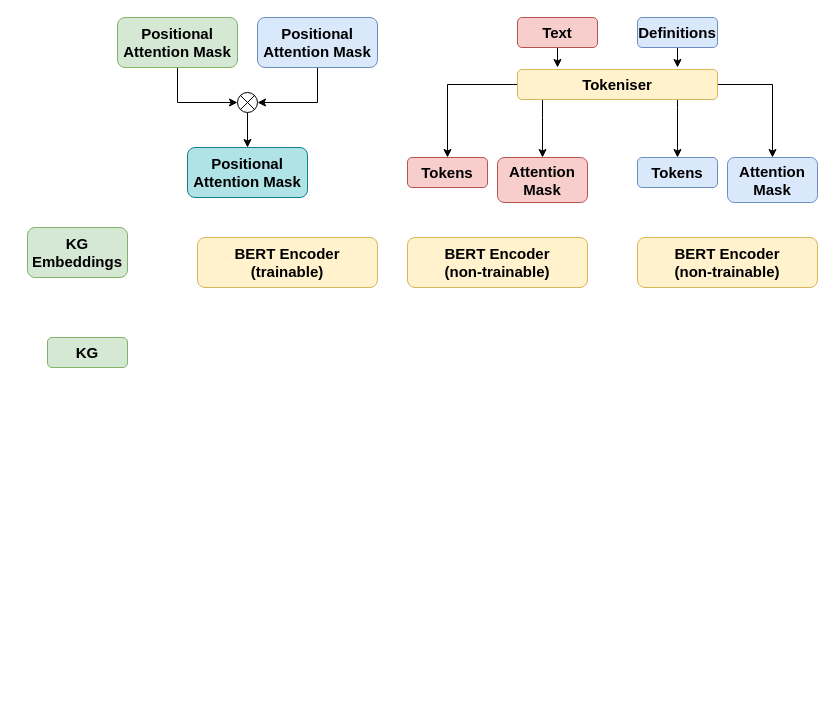
Above: model.drawio in yoviny/DrawIO (draw.io), before the change. Source tidied: cells renumbered, new cells numbered last; positions are measured from the earlier drawing's top-left corner, leaving out a move shared by most shapes. Both pictures are drawn from the tidied source at 100%, with x=0, y=0 at pixel (27, 17).
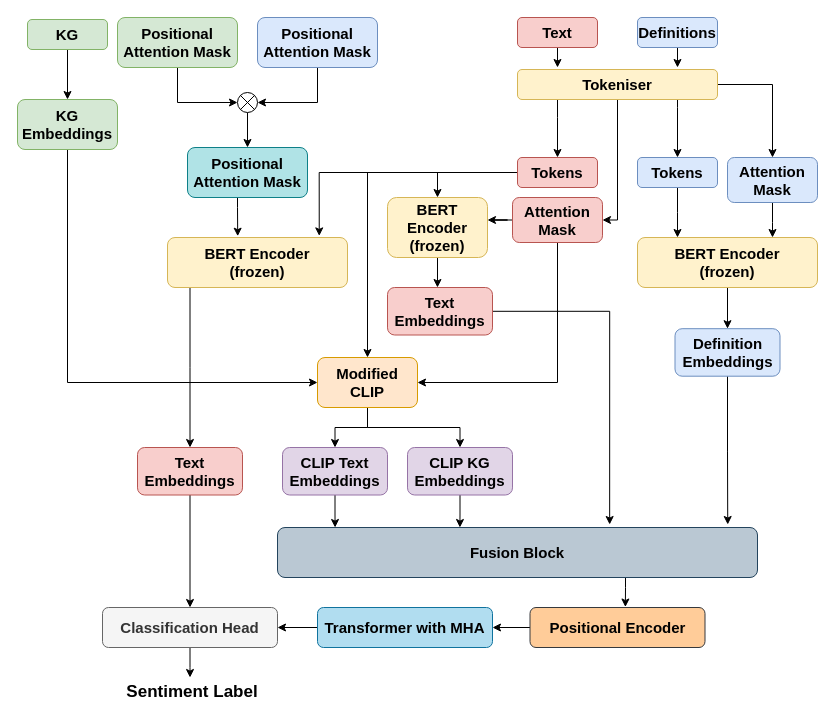
The same diagram, later.

Unchanged cells that the change refers to:
```xml
<mxCell id="6" value="&lt;b&gt;&lt;font style=&quot;font-size: 15px;&quot;&gt;Tokeniser&lt;/font&gt;&lt;/b&gt;" style="rounded=1;whiteSpace=wrap;html=1;fontSize=15;fillColor=#fff2cc;strokeColor=#d6b656;" parent="1" vertex="1">
  <mxGeometry x="490" y="52" width="200" height="30" as="geometry" />
</mxCell>
<mxCell id="14" value="&lt;b&gt;Attention&lt;br&gt;Mask&lt;/b&gt;" style="rounded=1;whiteSpace=wrap;html=1;fontSize=15;fillColor=#dae8fc;strokeColor=#6c8ebf;" parent="1" vertex="1">
  <mxGeometry x="700" y="140" width="90" height="45" as="geometry" />
</mxCell>
<mxCell id="15" value="&lt;b&gt;Tokens&lt;/b&gt;" style="rounded=1;whiteSpace=wrap;html=1;fontSize=15;fillColor=#dae8fc;strokeColor=#6c8ebf;" parent="1" vertex="1">
  <mxGeometry x="610" y="140" width="80" height="30" as="geometry" />
</mxCell>
<mxCell id="24" value="&lt;b&gt;&lt;font style=&quot;font-size: 15px;&quot;&gt;Positional Attention Mask&lt;/font&gt;&lt;/b&gt;" style="rounded=1;whiteSpace=wrap;html=1;fontSize=15;fillColor=#b0e3e6;strokeColor=#0e8088;" parent="1" vertex="1">
  <mxGeometry x="160" y="130" width="120" height="50" as="geometry" />
</mxCell>
```

Change to the diagram source:
```diff
@@
+    <mxCell id="5" style="edgeStyle=orthogonalEdgeStyle;rounded=0;jettySize=auto;html=1;entryX=0.5;entryY=0;entryDx=0;entryDy=0;fontSize=15;" parent="1" edge="1" source="6" target="13">
+      <mxGeometry relative="1" as="geometry">
+        <Array as="points">
+          <mxPoint x="530" y="100" />
+          <mxPoint x="530" y="100" />
+        </Array>
+      </mxGeometry>
+    </mxCell>
-    <mxCell id="4" style="edgeStyle=orthogonalEdgeStyle;rounded=0;jettySize=auto;html=1;entryX=0.5;entryY=0;entryDx=0;entryDy=0;fontSize=15;" parent="1" edge="1" source="6" target="12">
+    <mxCell id="4" style="edgeStyle=orthogonalEdgeStyle;rounded=0;jettySize=auto;html=1;entryX=1;entryY=0.5;entryDx=0;entryDy=0;fontSize=15;" parent="1" edge="1" source="6" target="12">
       <mxGeometry relative="1" as="geometry">
         <Array as="points">
-          <mxPoint x="515" y="100" />
-          <mxPoint x="515" y="100" />
+          <mxPoint x="590" y="203" />
         </Array>
       </mxGeometry>
     </mxCell>
-    <mxCell id="5" style="edgeStyle=orthogonalEdgeStyle;rounded=0;jettySize=auto;html=1;entryX=0.5;entryY=0;entryDx=0;entryDy=0;fontSize=15;" parent="1" edge="1" source="6" target="13">
-      <mxGeometry relative="1" as="geometry" />
-    </mxCell>
@@
+    <mxCell id="27" style="edgeStyle=orthogonalEdgeStyle;rounded=0;jettySize=auto;html=1;entryX=0.5;entryY=0;entryDx=0;entryDy=0;fontSize=15;" parent="1" edge="1" source="11" target="21">
+      <mxGeometry relative="1" as="geometry" />
+    </mxCell>
     <mxCell id="11" value="&lt;b&gt;&lt;font style=&quot;font-size: 15px;&quot;&gt;KG&lt;/font&gt;&lt;/b&gt;" style="rounded=1;whiteSpace=wrap;html=1;fontSize=15;fillColor=#d5e8d4;strokeColor=#82b366;" parent="1" vertex="1">
-      <mxGeometry x="20" y="320" width="80" height="30" as="geometry" />
+      <mxGeometry y="2" width="80" height="30" as="geometry" />
     </mxCell>
+    <mxCell id="28" style="edgeStyle=orthogonalEdgeStyle;rounded=0;jettySize=auto;html=1;entryX=1;entryY=0.375;entryDx=0;entryDy=0;entryPerimeter=0;fontSize=15;" parent="1" edge="1" source="12" target="16">
+      <mxGeometry relative="1" as="geometry" />
+    </mxCell>
+    <mxCell id="29" style="edgeStyle=orthogonalEdgeStyle;rounded=0;jettySize=auto;html=1;entryX=1;entryY=0.5;entryDx=0;entryDy=0;fontSize=15;" parent="1" edge="1" source="12" target="41">
+      <mxGeometry relative="1" as="geometry">
+        <Array as="points">
+          <mxPoint x="530" y="365" />
+        </Array>
+      </mxGeometry>
+    </mxCell>
     <mxCell id="12" value="&lt;b&gt;Attention&lt;br&gt;Mask&lt;/b&gt;" style="rounded=1;whiteSpace=wrap;html=1;fontSize=15;fillColor=#f8cecc;strokeColor=#b85450;" parent="1" vertex="1">
-      <mxGeometry x="470" y="140" width="90" height="45" as="geometry" />
+      <mxGeometry x="485" y="180" width="90" height="45" as="geometry" />
     </mxCell>
+    <mxCell id="30" style="edgeStyle=orthogonalEdgeStyle;rounded=0;jettySize=auto;html=1;entryX=0.843;entryY=-0.032;entryDx=0;entryDy=0;entryPerimeter=0;fontSize=15;" parent="1" edge="1" source="13" target="26">
+      <mxGeometry relative="1" as="geometry" />
+    </mxCell>
+    <mxCell id="31" style="edgeStyle=orthogonalEdgeStyle;rounded=0;jettySize=auto;html=1;entryX=0.5;entryY=0;entryDx=0;entryDy=0;fontSize=15;" parent="1" edge="1" source="13" target="16">
+      <mxGeometry relative="1" as="geometry" />
+    </mxCell>
+    <mxCell id="32" style="edgeStyle=orthogonalEdgeStyle;rounded=0;jettySize=auto;html=1;fontSize=15;" parent="1" edge="1" source="13" target="41">
+      <mxGeometry relative="1" as="geometry" />
+    </mxCell>
     <mxCell id="13" value="&lt;b&gt;Tokens&lt;/b&gt;" style="rounded=1;whiteSpace=wrap;html=1;fontSize=15;fillColor=#f8cecc;strokeColor=#b85450;" parent="1" vertex="1">
-      <mxGeometry x="380" y="140" width="80" height="30" as="geometry" />
+      <mxGeometry x="490" y="140" width="80" height="30" as="geometry" />
     </mxCell>
+    <mxCell id="33" style="edgeStyle=orthogonalEdgeStyle;rounded=0;jettySize=auto;html=1;entryX=0.75;entryY=0;entryDx=0;entryDy=0;fontSize=15;" parent="1" edge="1" source="14">
+      <mxGeometry relative="1" as="geometry">
+        <mxPoint x="745" y="220" as="targetPoint" />
+      </mxGeometry>
+    </mxCell>
@@
+    <mxCell id="34" style="edgeStyle=orthogonalEdgeStyle;rounded=0;jettySize=auto;html=1;entryX=0.222;entryY=0;entryDx=0;entryDy=0;entryPerimeter=0;fontSize=15;" parent="1" edge="1" source="15">
+      <mxGeometry relative="1" as="geometry">
+        <mxPoint x="650" y="220" as="targetPoint" />
+      </mxGeometry>
+    </mxCell>
@@
+    <mxCell id="35" style="edgeStyle=orthogonalEdgeStyle;rounded=0;jettySize=auto;html=1;entryX=0.476;entryY=0;entryDx=0;entryDy=0;entryPerimeter=0;fontSize=15;" parent="1" edge="1" source="16" target="45">
+      <mxGeometry relative="1" as="geometry" />
+    </mxCell>
-    <mxCell id="16" value="&lt;b&gt;&lt;font style=&quot;font-size: 15px;&quot;&gt;BERT Encoder&lt;br&gt;(non-trainable)&lt;br&gt;&lt;/font&gt;&lt;/b&gt;" style="rounded=1;whiteSpace=wrap;html=1;fontSize=15;fillColor=#fff2cc;strokeColor=#d6b656;" parent="1" vertex="1">
-      <mxGeometry x="380" y="220" width="180" height="50" as="geometry" />
+    <mxCell id="16" value="&lt;b&gt;&lt;font style=&quot;font-size: 15px;&quot;&gt;BERT Encoder&lt;br&gt;(frozen)&lt;br&gt;&lt;/font&gt;&lt;/b&gt;" style="rounded=1;whiteSpace=wrap;html=1;fontSize=15;fillColor=#fff2cc;strokeColor=#d6b656;" parent="1" vertex="1">
+      <mxGeometry x="360" y="180" width="100" height="60" as="geometry" />
     </mxCell>
@@
+    <mxCell id="36" style="edgeStyle=orthogonalEdgeStyle;rounded=0;jettySize=auto;html=1;entryX=0;entryY=0.5;entryDx=0;entryDy=0;fontSize=15;" parent="1" edge="1" source="21" target="41">
+      <mxGeometry relative="1" as="geometry">
+        <Array as="points">
+          <mxPoint x="40" y="365" />
+        </Array>
+      </mxGeometry>
+    </mxCell>
     <mxCell id="21" value="&lt;b&gt;&lt;font style=&quot;font-size: 15px;&quot;&gt;KG&lt;br&gt;Embeddings&lt;br&gt;&lt;/font&gt;&lt;/b&gt;" style="rounded=1;whiteSpace=wrap;html=1;fontSize=15;fillColor=#d5e8d4;strokeColor=#82b366;" parent="1" vertex="1">
-      <mxGeometry y="210" width="100" height="50" as="geometry" />
+      <mxGeometry x="-10" y="82" width="100" height="50" as="geometry" />
     </mxCell>
@@
+    <mxCell id="37" style="edgeStyle=orthogonalEdgeStyle;rounded=0;jettySize=auto;html=1;entryX=0.39;entryY=-0.026;entryDx=0;entryDy=0;entryPerimeter=0;fontSize=15;" parent="1" edge="1" source="24" target="26">
+      <mxGeometry relative="1" as="geometry">
+        <Array as="points">
+          <mxPoint x="210" y="190" />
+          <mxPoint x="210" y="190" />
+        </Array>
+      </mxGeometry>
+    </mxCell>
@@
-    <mxCell id="25" value="&lt;b&gt;&lt;font style=&quot;font-size: 15px;&quot;&gt;BERT Encoder&lt;br&gt;(non-trainable)&lt;br&gt;&lt;/font&gt;&lt;/b&gt;" style="rounded=1;whiteSpace=wrap;html=1;fontSize=15;fillColor=#fff2cc;strokeColor=#d6b656;" parent="1" vertex="1">
-      <mxGeometry x="610" y="220" width="180" height="50" as="geometry" />
-    </mxCell>
+    <mxCell id="38" style="edgeStyle=orthogonalEdgeStyle;rounded=0;jettySize=auto;html=1;entryX=0.5;entryY=0;entryDx=0;entryDy=0;fontSize=15;" parent="1" edge="1" source="26" target="55">
+      <mxGeometry relative="1" as="geometry">
+        <Array as="points">
+          <mxPoint x="163" y="350" />
+        </Array>
+      </mxGeometry>
+    </mxCell>
-    <mxCell id="26" value="&lt;b&gt;&lt;font style=&quot;font-size: 15px;&quot;&gt;BERT Encoder&lt;br&gt;(trainable)&lt;br&gt;&lt;/font&gt;&lt;/b&gt;" style="rounded=1;whiteSpace=wrap;html=1;fontSize=15;fillColor=#fff2cc;strokeColor=#d6b656;" parent="1" vertex="1">
-      <mxGeometry x="170" y="220" width="180" height="50" as="geometry" />
+    <mxCell id="26" value="&lt;b&gt;&lt;font style=&quot;font-size: 15px;&quot;&gt;BERT Encoder&lt;br&gt;(frozen)&lt;br&gt;&lt;/font&gt;&lt;/b&gt;" style="rounded=1;whiteSpace=wrap;html=1;fontSize=15;fillColor=#fff2cc;strokeColor=#d6b656;" parent="1" vertex="1">
+      <mxGeometry x="140" y="220" width="180" height="50" as="geometry" />
     </mxCell>
+    <mxCell id="39" style="edgeStyle=orthogonalEdgeStyle;rounded=0;jettySize=auto;html=1;entryX=0.5;entryY=0;entryDx=0;entryDy=0;fontSize=15;" parent="1" edge="1" source="41" target="49">
+      <mxGeometry relative="1" as="geometry" />
+    </mxCell>
+    <mxCell id="40" style="edgeStyle=orthogonalEdgeStyle;rounded=0;jettySize=auto;html=1;entryX=0.5;entryY=0;entryDx=0;entryDy=0;fontSize=15;" parent="1" edge="1" source="41" target="51">
+      <mxGeometry relative="1" as="geometry" />
+    </mxCell>
+    <mxCell id="41" value="&lt;b&gt;&lt;font style=&quot;font-size: 15px;&quot;&gt;Modified CLIP&lt;br&gt;&lt;/font&gt;&lt;/b&gt;" style="rounded=1;whiteSpace=wrap;html=1;fontSize=15;fillColor=#ffe6cc;strokeColor=#d79b00;" parent="1" vertex="1">
+      <mxGeometry x="290" y="340" width="100" height="50" as="geometry" />
+    </mxCell>
+    <mxCell id="42" style="edgeStyle=orthogonalEdgeStyle;rounded=0;jettySize=auto;html=1;entryX=0.5;entryY=0;entryDx=0;entryDy=0;fontSize=15;" parent="1" edge="1" source="43" target="47">
+      <mxGeometry relative="1" as="geometry" />
+    </mxCell>
+    <mxCell id="43" value="&lt;b&gt;&lt;font style=&quot;font-size: 15px;&quot;&gt;BERT Encoder&lt;br&gt;(frozen)&lt;br&gt;&lt;/font&gt;&lt;/b&gt;" style="rounded=1;whiteSpace=wrap;html=1;fontSize=15;fillColor=#fff2cc;strokeColor=#d6b656;" parent="1" vertex="1">
+      <mxGeometry x="610" y="220" width="180" height="50" as="geometry" />
+    </mxCell>
+    <mxCell id="44" style="edgeStyle=orthogonalEdgeStyle;rounded=0;jettySize=auto;html=1;entryX=0.692;entryY=-0.06;entryDx=0;entryDy=0;entryPerimeter=0;fontSize=15;" parent="1" edge="1" source="45" target="53">
+      <mxGeometry relative="1" as="geometry">
+        <Array as="points">
+          <mxPoint x="582" y="294" />
+        </Array>
+      </mxGeometry>
+    </mxCell>
+    <mxCell id="45" value="&lt;b&gt;Text&lt;br&gt;Embeddings&lt;/b&gt;" style="rounded=1;whiteSpace=wrap;html=1;fontSize=15;fillColor=#f8cecc;strokeColor=#b85450;" parent="1" vertex="1">
+      <mxGeometry x="360" y="270" width="105" height="47.5" as="geometry" />
+    </mxCell>
+    <mxCell id="46" style="edgeStyle=orthogonalEdgeStyle;rounded=0;jettySize=auto;html=1;entryX=0.938;entryY=-0.06;entryDx=0;entryDy=0;entryPerimeter=0;fontSize=15;" parent="1" edge="1" source="47" target="53">
+      <mxGeometry relative="1" as="geometry" />
+    </mxCell>
+    <mxCell id="47" value="&lt;b&gt;Definition&lt;br&gt;Embeddings&lt;/b&gt;" style="rounded=1;whiteSpace=wrap;html=1;fontSize=15;fillColor=#dae8fc;strokeColor=#6c8ebf;" parent="1" vertex="1">
+      <mxGeometry x="647.5" y="311.2" width="105" height="47.5" as="geometry" />
+    </mxCell>
+    <mxCell id="48" style="edgeStyle=orthogonalEdgeStyle;rounded=0;jettySize=auto;html=1;entryX=0.12;entryY=0;entryDx=0;entryDy=0;entryPerimeter=0;fontSize=15;" parent="1" edge="1" source="49" target="53">
+      <mxGeometry relative="1" as="geometry" />
+    </mxCell>
+    <mxCell id="49" value="&lt;b&gt;CLIP Text&lt;br&gt;Embeddings&lt;/b&gt;" style="rounded=1;whiteSpace=wrap;html=1;fontSize=15;fillColor=#e1d5e7;strokeColor=#9673a6;" parent="1" vertex="1">
+      <mxGeometry x="255" y="430" width="105" height="47.5" as="geometry" />
+    </mxCell>
+    <mxCell id="50" style="edgeStyle=orthogonalEdgeStyle;rounded=0;jettySize=auto;html=1;entryX=0.38;entryY=0;entryDx=0;entryDy=0;entryPerimeter=0;fontSize=15;" parent="1" edge="1" source="51" target="53">
+      <mxGeometry relative="1" as="geometry" />
+    </mxCell>
+    <mxCell id="51" value="&lt;b&gt;CLIP KG&lt;br&gt;Embeddings&lt;/b&gt;" style="rounded=1;whiteSpace=wrap;html=1;fontSize=15;fillColor=#e1d5e7;strokeColor=#9673a6;" parent="1" vertex="1">
+      <mxGeometry x="380" y="430" width="105" height="47.5" as="geometry" />
+    </mxCell>
+    <mxCell id="52" style="edgeStyle=orthogonalEdgeStyle;rounded=0;jettySize=auto;html=1;entryX=0.545;entryY=-0.012;entryDx=0;entryDy=0;entryPerimeter=0;fontSize=15;" parent="1" edge="1" source="53" target="57">
+      <mxGeometry relative="1" as="geometry">
+        <Array as="points">
+          <mxPoint x="598" y="570" />
+          <mxPoint x="598" y="570" />
+        </Array>
+      </mxGeometry>
+    </mxCell>
+    <mxCell id="53" value="&lt;b&gt;&lt;font style=&quot;font-size: 15px;&quot;&gt;Fusion Block&lt;br&gt;&lt;/font&gt;&lt;/b&gt;" style="rounded=1;whiteSpace=wrap;html=1;fontSize=15;fillColor=#bac8d3;strokeColor=#23445d;" parent="1" vertex="1">
+      <mxGeometry x="250" y="510" width="480" height="50" as="geometry" />
+    </mxCell>
+    <mxCell id="54" style="edgeStyle=orthogonalEdgeStyle;rounded=0;jettySize=auto;html=1;entryX=0.5;entryY=0;entryDx=0;entryDy=0;fontSize=15;" parent="1" edge="1" source="55" target="59">
+      <mxGeometry relative="1" as="geometry" />
+    </mxCell>
+    <mxCell id="55" value="&lt;b&gt;Text&lt;br&gt;Embeddings&lt;/b&gt;" style="rounded=1;whiteSpace=wrap;html=1;fontSize=15;fillColor=#f8cecc;strokeColor=#b85450;" parent="1" vertex="1">
+      <mxGeometry x="110" y="430" width="105" height="47.5" as="geometry" />
+    </mxCell>
+    <mxCell id="56" style="edgeStyle=orthogonalEdgeStyle;rounded=0;jettySize=auto;html=1;entryX=1;entryY=0.5;entryDx=0;entryDy=0;fontSize=15;" parent="1" edge="1" source="57" target="61">
+      <mxGeometry relative="1" as="geometry" />
+    </mxCell>
+    <mxCell id="57" value="&lt;b&gt;&lt;font style=&quot;font-size: 15px;&quot;&gt;Positional Encoder&lt;br&gt;&lt;/font&gt;&lt;/b&gt;" style="rounded=1;whiteSpace=wrap;html=1;fontSize=15;fillColor=#ffcc99;strokeColor=#36393d;" parent="1" vertex="1">
+      <mxGeometry x="502.5" y="590" width="175" height="40" as="geometry" />
+    </mxCell>
+    <mxCell id="58" style="edgeStyle=orthogonalEdgeStyle;rounded=0;jettySize=auto;html=1;fontSize=17;" parent="1" edge="1" source="59">
+      <mxGeometry relative="1" as="geometry">
+        <mxPoint x="162.5" y="660" as="targetPoint" />
+      </mxGeometry>
+    </mxCell>
+    <mxCell id="59" value="&lt;b&gt;&lt;font style=&quot;font-size: 15px;&quot;&gt;Classification Head&lt;br&gt;&lt;/font&gt;&lt;/b&gt;" style="rounded=1;whiteSpace=wrap;html=1;fontSize=15;fillColor=#f5f5f5;strokeColor=#666666;fontColor=#333333;" parent="1" vertex="1">
+      <mxGeometry x="75" y="590" width="175" height="40" as="geometry" />
+    </mxCell>
+    <mxCell id="60" style="edgeStyle=orthogonalEdgeStyle;rounded=0;jettySize=auto;html=1;entryX=1;entryY=0.5;entryDx=0;entryDy=0;fontSize=15;" parent="1" edge="1" source="61" target="59">
+      <mxGeometry relative="1" as="geometry" />
+    </mxCell>
+    <mxCell id="61" value="&lt;b&gt;&lt;font style=&quot;font-size: 15px;&quot;&gt;Transformer with MHA&lt;br&gt;&lt;/font&gt;&lt;/b&gt;" style="rounded=1;whiteSpace=wrap;html=1;fontSize=15;fillColor=#b1ddf0;strokeColor=#10739e;" parent="1" vertex="1">
+      <mxGeometry x="290" y="590" width="175" height="40" as="geometry" />
+    </mxCell>
+    <mxCell id="62" value="&lt;b&gt;&lt;font style=&quot;font-size: 17px;&quot;&gt;Sentiment Label&lt;/font&gt;&lt;/b&gt;" style="text;html=1;strokeColor=none;fillColor=none;align=center;verticalAlign=middle;whiteSpace=wrap;rounded=0;fontSize=15;" parent="1" vertex="1">
+      <mxGeometry x="80" y="660" width="170" height="30" as="geometry" />
+    </mxCell>
```
